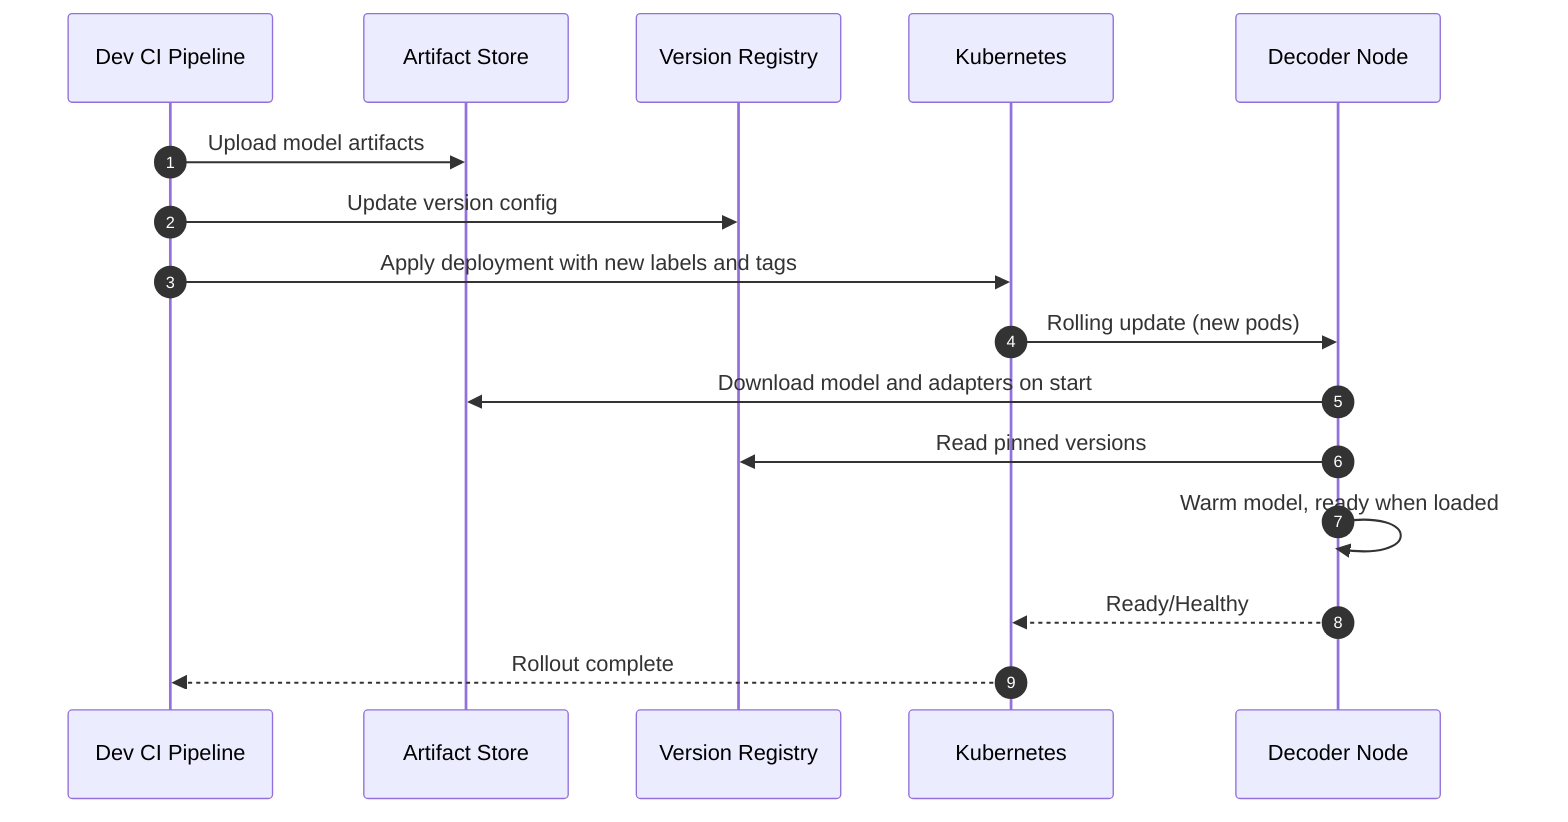
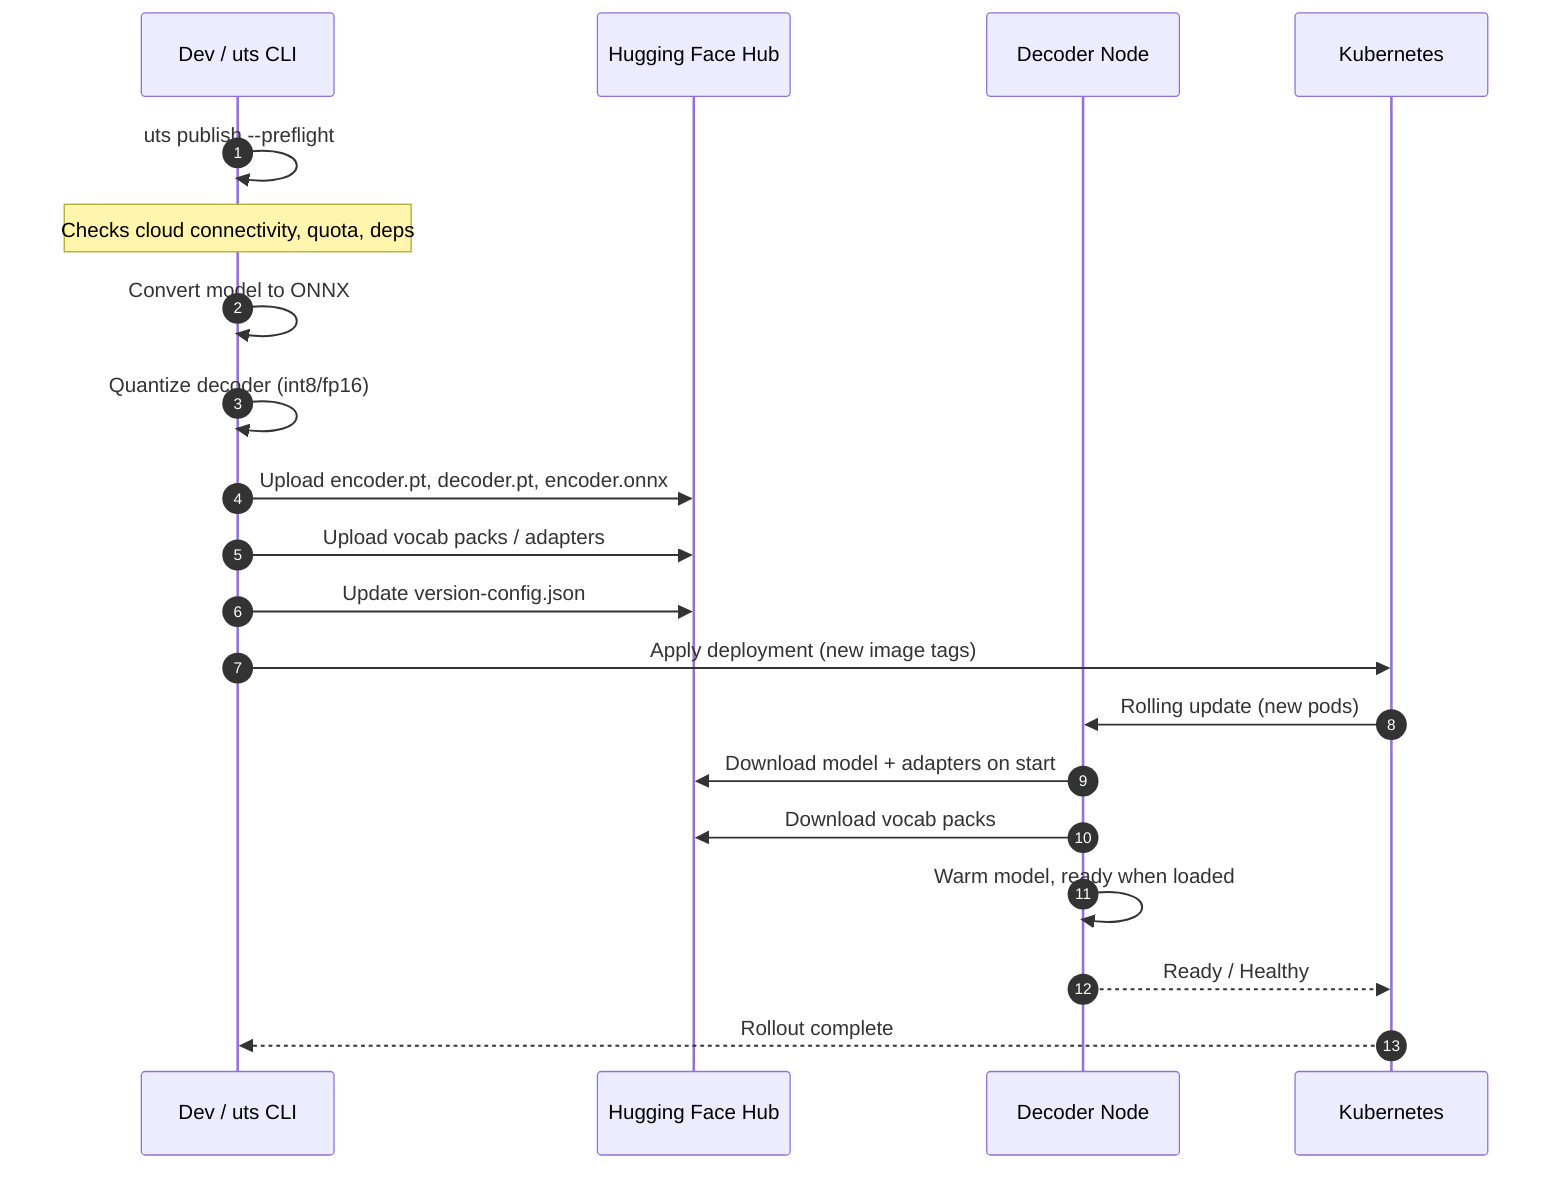
sequenceDiagram
    autonumber
-     participant DEV as Dev CI Pipeline
-     participant AS as Artifact Store
-     participant VR as Version Registry
+     participant DEV as Dev / uts CLI
+     participant AS as Hugging Face Hub
+     participant DN as Decoder Node
    participant K8S as Kubernetes
-     participant DN as Decoder Node

-     DEV->>AS: Upload model artifacts
-     DEV->>VR: Update version config
-     DEV->>K8S: Apply deployment with new labels and tags
+     DEV->>DEV: uts publish --preflight
+     Note over DEV: Checks cloud connectivity, quota, deps
+     DEV->>DEV: Convert model to ONNX
+     DEV->>DEV: Quantize decoder (int8/fp16)
+     DEV->>AS: Upload encoder.pt, decoder.pt, encoder.onnx
+     DEV->>AS: Upload vocab packs / adapters
+     DEV->>AS: Update version-config.json
+     DEV->>K8S: Apply deployment (new image tags)
    K8S->>DN: Rolling update (new pods)
-     DN->>AS: Download model and adapters on start
-     DN->>VR: Read pinned versions
+     DN->>AS: Download model + adapters on start
+     DN->>AS: Download vocab packs
    DN->>DN: Warm model, ready when loaded
-     DN-->>K8S: Ready/Healthy
-     K8S-->>DEV: Rollout complete+     DN-->>K8S: Ready / Healthy
+     K8S-->>DEV: Rollout complete
